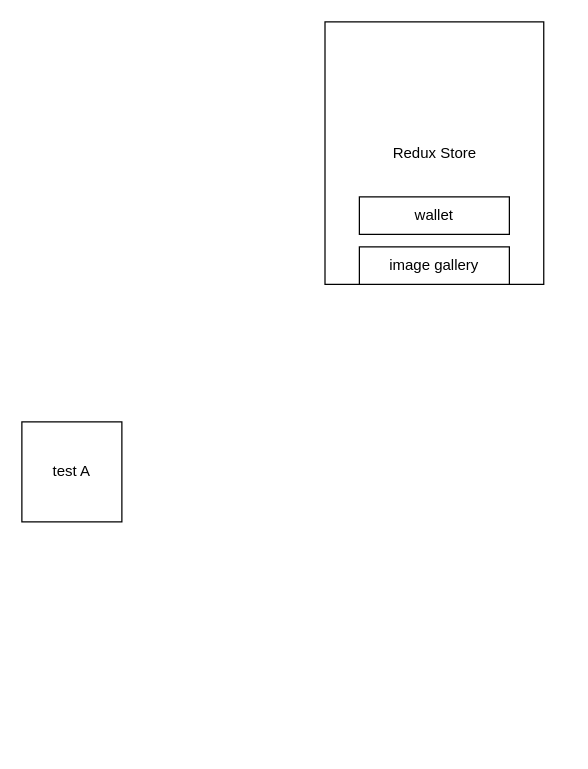
This is test-2.drawio from tobi-tobsen-berlin/diagrams, a draw.io file, before an edit. Source tidied: cells renumbered, new cells numbered last; positions are measured from the earlier drawing's top-left corner, leaving out a move shared by most shapes. Both pictures are drawn from the tidied source at 125%, with x=0, y=0 at pixel (21, 21).
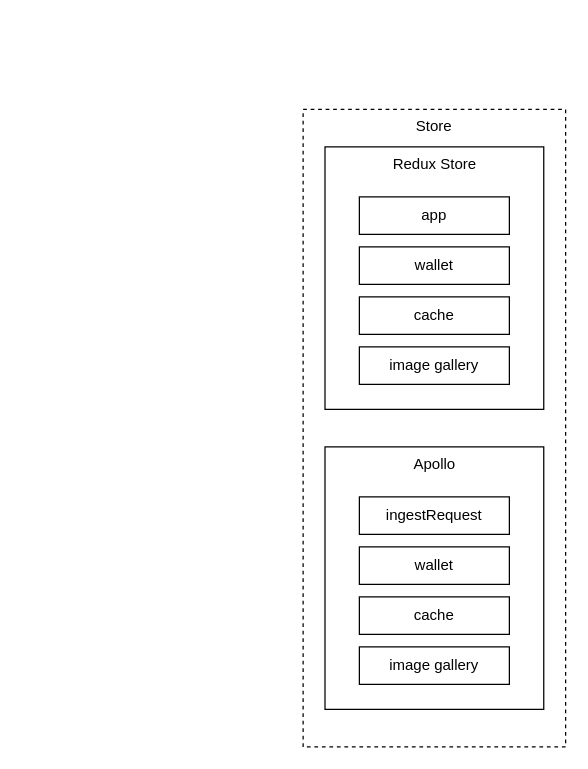
The same diagram, later.

Diff of the diagram source:
```diff
@@
 <mxGraphModel>
   <root>
     <mxCell id="0" />
     <mxCell id="1" parent="0" />
+    <mxCell id="6" value="Store" style="rounded=0;whiteSpace=wrap;html=1;verticalAlign=top;dashed=1;" parent="1" vertex="1">
+      <mxGeometry x="225" y="70" width="210" height="510" as="geometry" />
+    </mxCell>
-    <mxCell id="2" value="Redux Store" style="rounded=0;whiteSpace=wrap;html=1;" parent="1" vertex="1">
-      <mxGeometry x="242.5" width="175" height="210" as="geometry" />
+    <mxCell id="2" value="Redux Store" style="rounded=0;whiteSpace=wrap;html=1;verticalAlign=top;" parent="1" vertex="1">
+      <mxGeometry x="242.5" y="100" width="175" height="210" as="geometry" />
     </mxCell>
-    <mxCell id="3" value="test A" style="whiteSpace=wrap;html=1;" parent="1" vertex="1">
-      <mxGeometry y="320" width="80" height="80" as="geometry" />
-    </mxCell>
-    <mxCell id="4" value="wallet" style="rounded=0;whiteSpace=wrap;html=1;" parent="1" vertex="1">
+    <mxCell id="4" value="app" style="rounded=0;whiteSpace=wrap;html=1;" parent="1" vertex="1">
       <mxGeometry x="270" y="140" width="120" height="30" as="geometry" />
     </mxCell>
-    <mxCell id="5" value="image gallery" style="rounded=0;whiteSpace=wrap;html=1;" parent="1" vertex="1">
+    <mxCell id="5" value="wallet" style="rounded=0;whiteSpace=wrap;html=1;" parent="1" vertex="1">
       <mxGeometry x="270" y="180" width="120" height="30" as="geometry" />
     </mxCell>
+    <mxCell id="7" value="cache" style="rounded=0;whiteSpace=wrap;html=1;" parent="1" vertex="1">
+      <mxGeometry x="270" y="220" width="120" height="30" as="geometry" />
+    </mxCell>
+    <mxCell id="8" value="image gallery" style="rounded=0;whiteSpace=wrap;html=1;" parent="1" vertex="1">
+      <mxGeometry x="270" y="260" width="120" height="30" as="geometry" />
+    </mxCell>
+    <mxCell id="9" value="Apollo" style="rounded=0;whiteSpace=wrap;html=1;verticalAlign=top;" parent="1" vertex="1">
+      <mxGeometry x="242.5" y="340" width="175" height="210" as="geometry" />
+    </mxCell>
+    <mxCell id="10" value="ingestRequest" style="rounded=0;whiteSpace=wrap;html=1;" parent="1" vertex="1">
+      <mxGeometry x="270" y="380" width="120" height="30" as="geometry" />
+    </mxCell>
+    <mxCell id="11" value="wallet" style="rounded=0;whiteSpace=wrap;html=1;" parent="1" vertex="1">
+      <mxGeometry x="270" y="420" width="120" height="30" as="geometry" />
+    </mxCell>
+    <mxCell id="12" value="cache" style="rounded=0;whiteSpace=wrap;html=1;" parent="1" vertex="1">
+      <mxGeometry x="270" y="460" width="120" height="30" as="geometry" />
+    </mxCell>
+    <mxCell id="13" value="image gallery" style="rounded=0;whiteSpace=wrap;html=1;" parent="1" vertex="1">
+      <mxGeometry x="270" y="500" width="120" height="30" as="geometry" />
+    </mxCell>
   </root>
 </mxGraphModel>
```
